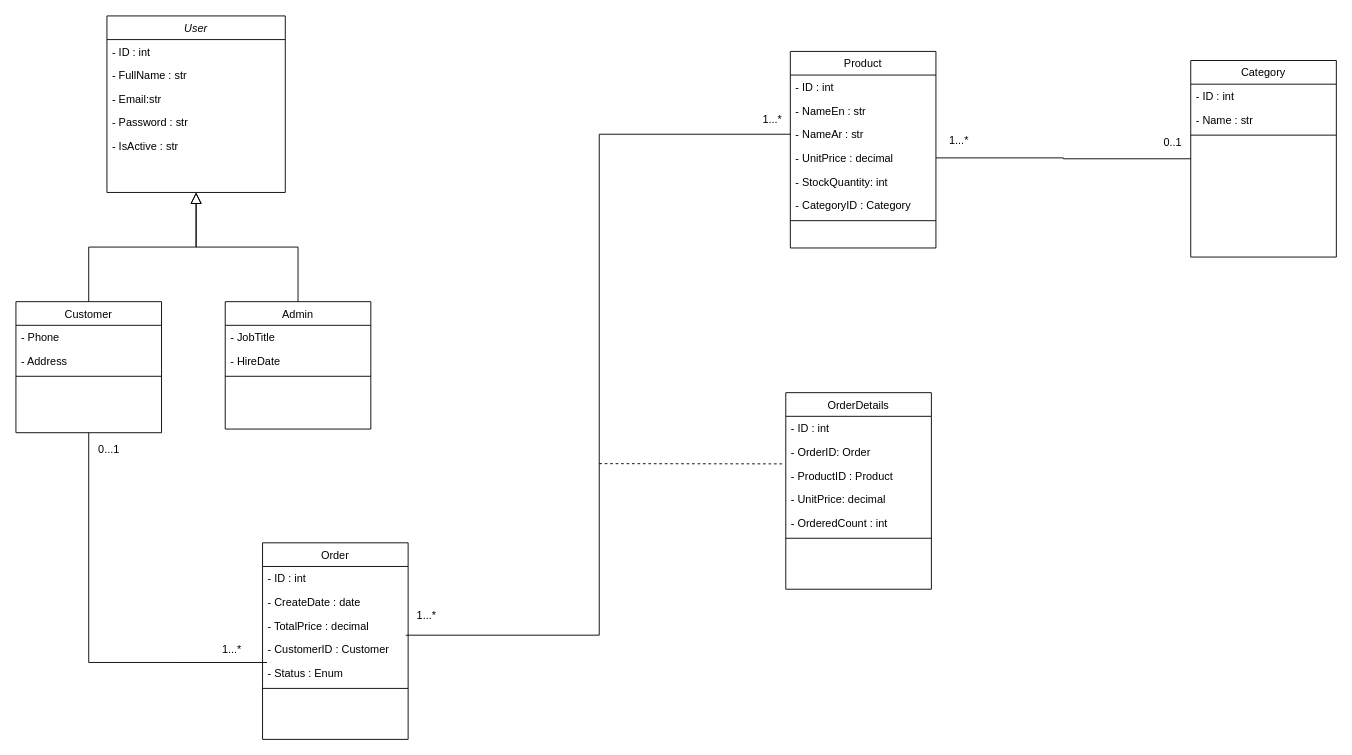
Before: django-mini-project.drawio in Price2/django-final-project, a draw.io diagram. Source tidied: cells renumbered, new cells numbered last; positions are measured from the earlier drawing's top-left corner, leaving out a move shared by most shapes. Both pictures are drawn from the tidied source at 91%, with x=0, y=0 at pixel (15, 15).
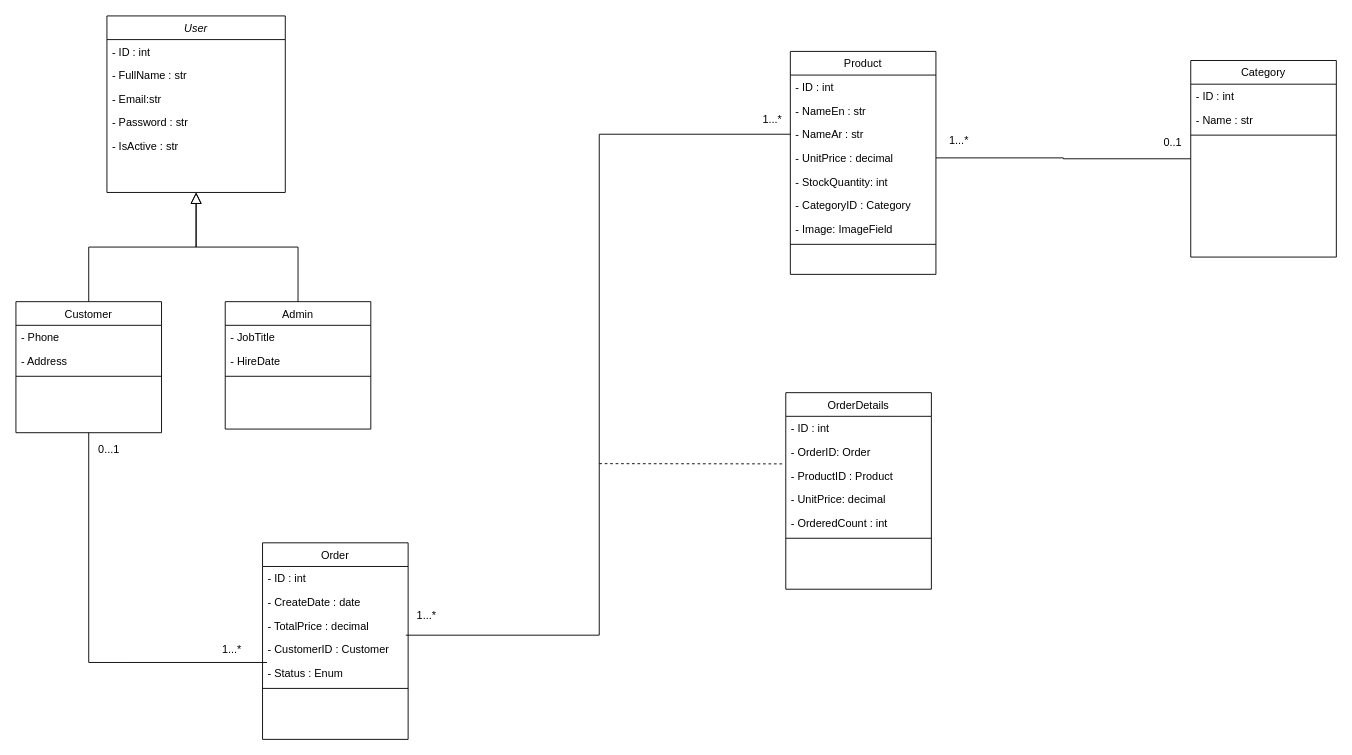
The same page after the edit.

Change to the diagram source:
```diff
@@
     <mxCell id="24" value="Product" style="swimlane;fontStyle=0;align=center;verticalAlign=top;horizontal=1;startSize=26;rounded=0;shadow=0;strokeWidth=1;" parent="1" vertex="1">
-      <mxGeometry x="851" y="39" width="160" height="216" as="geometry" />
+      <mxGeometry x="851" y="39" width="160" height="245" as="geometry" />
     </mxCell>
@@
-    <mxCell id="31" style="line;html=1;strokeWidth=1;align=left;verticalAlign=middle;spacingTop=-1;spacingLeft=3;spacingRight=3;labelPosition=right;" parent="24" vertex="1">
-      <mxGeometry y="182" width="160" height="8" as="geometry" />
-    </mxCell>
+    <mxCell id="54" value="- Image: ImageField" style="text;align=left;verticalAlign=top;spacingLeft=4;spacingRight=4;overflow=hidden;rounded=0;shadow=0;html=0;" parent="24" vertex="1">
+      <mxGeometry y="182" width="160" height="26" as="geometry" />
+    </mxCell>
+    <mxCell id="55" style="line;html=1;strokeWidth=1;align=left;verticalAlign=middle;spacingTop=-1;spacingLeft=3;spacingRight=3;labelPosition=right;" parent="24" vertex="1">
+      <mxGeometry y="208" width="160" height="8" as="geometry" />
+    </mxCell>
```
